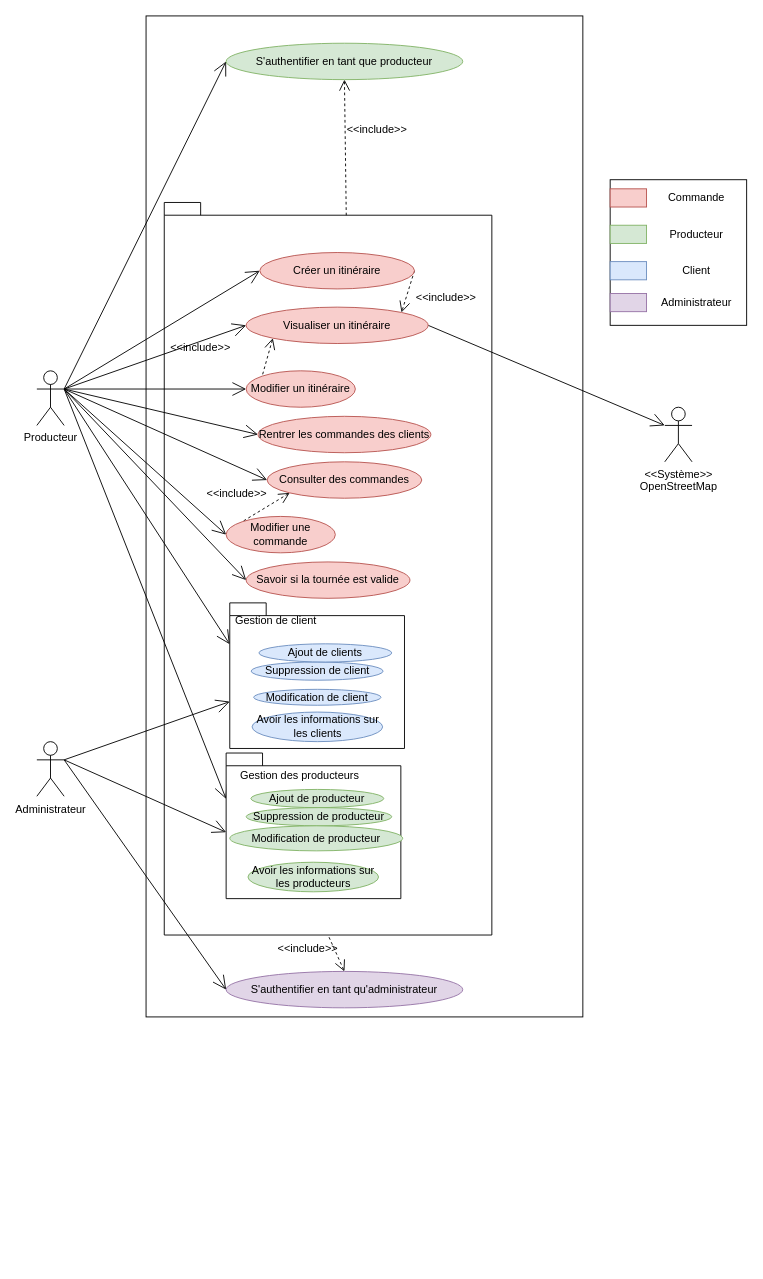
Before: GenieLogiciel/Diagrammes/CasUtilisation.drawio in aeiiver/the-farmer-project, a draw.io diagram. Source tidied: cells renumbered, new cells numbered last; positions are measured from the earlier drawing's top-left corner, leaving out a move shared by most shapes. Both pictures are drawn from the tidied source at 91%, with x=0, y=0 at pixel (36, 15).
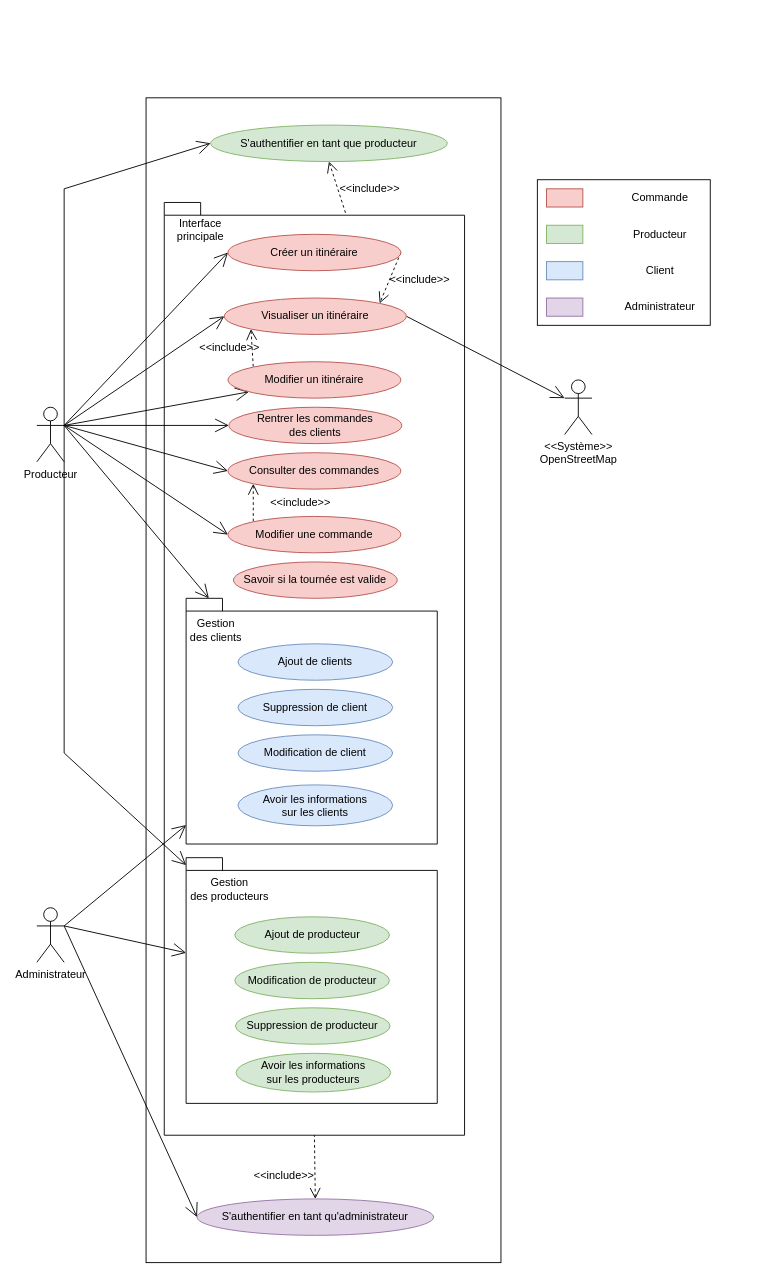
After the change.

Commit message (it also covers changes not shown here):
Lisibilité du cas d'utilisation

Diff of the diagram source:
```diff
@@
     <mxCell id="2" style="rounded=0;whiteSpace=wrap;html=1;" parent="1" vertex="1">
-      <mxGeometry x="120" width="480" height="1100" as="geometry" />
+      <mxGeometry x="120" y="90" width="390" height="1280" as="geometry" />
     </mxCell>
     <mxCell id="3" style="shape=folder;fontStyle=1;spacingTop=10;tabWidth=40;tabHeight=14;tabPosition=left;html=1;" parent="1" vertex="1">
-      <mxGeometry x="140" y="205" width="360" height="805" as="geometry" />
+      <mxGeometry x="140" y="205" width="330" height="1025" as="geometry" />
     </mxCell>
@@
-    <mxCell id="5" style="edgeStyle=none;rounded=0;jettySize=auto;html=1;exitX=1;exitY=0.3333333333333333;exitDx=0;exitDy=0;exitPerimeter=0;entryX=0;entryY=0;entryDx=0;entryDy=45.5;entryPerimeter=0;startArrow=none;startFill=0;endArrow=open;endFill=0;startSize=10;endSize=13;" parent="1" edge="1" source="7" target="43">
-      <mxGeometry relative="1" as="geometry" />
-    </mxCell>
-    <mxCell id="6" style="edgeStyle=none;rounded=0;jettySize=auto;html=1;exitX=1;exitY=0.3333333333333333;exitDx=0;exitDy=0;exitPerimeter=0;entryX=0;entryY=0;entryDx=0;entryDy=50.5;entryPerimeter=0;startArrow=none;startFill=0;endArrow=open;endFill=0;startSize=10;endSize=13;" parent="1" edge="1" source="7" target="49">
-      <mxGeometry relative="1" as="geometry" />
-    </mxCell>
+    <mxCell id="61" style="rounded=0;jettySize=auto;html=1;exitX=1;exitY=0.3333333333333333;exitDx=0;exitDy=0;exitPerimeter=0;endArrow=open;endFill=0;endSize=13;" parent="1" edge="1" source="7" target="66">
+      <mxGeometry relative="1" as="geometry" />
+    </mxCell>
+    <mxCell id="62" style="edgeStyle=none;rounded=0;jettySize=auto;html=1;exitX=1;exitY=0.3333333333333333;exitDx=0;exitDy=0;exitPerimeter=0;endArrow=open;endFill=0;endSize=13;" parent="1" edge="1" source="7" target="68">
+      <mxGeometry relative="1" as="geometry">
+        <Array as="points">
+          <mxPoint x="30" y="810" />
+        </Array>
+      </mxGeometry>
+    </mxCell>
+    <mxCell id="63" style="edgeStyle=none;rounded=0;jettySize=auto;html=1;exitX=1;exitY=0.3333333333333333;exitDx=0;exitDy=0;exitPerimeter=0;endArrow=open;endFill=0;endSize=13;" parent="1" edge="1" source="7" target="20">
+      <mxGeometry relative="1" as="geometry" />
+    </mxCell>
+    <mxCell id="64" style="edgeStyle=none;rounded=0;jettySize=auto;html=1;exitX=1;exitY=0.3333333333333333;exitDx=0;exitDy=0;exitPerimeter=0;entryX=0;entryY=0.5;entryDx=0;entryDy=0;endArrow=open;endFill=0;endSize=13;" parent="1" edge="1" source="7" target="30">
+      <mxGeometry relative="1" as="geometry" />
+    </mxCell>
     <mxCell id="7" value="Producteur" style="shape=umlActor;verticalLabelPosition=bottom;verticalAlign=top;html=1;" parent="1" vertex="1">
-      <mxGeometry y="390" width="30" height="60" as="geometry" />
+      <mxGeometry y="430" width="30" height="60" as="geometry" />
     </mxCell>
@@
-    <mxCell id="9" style="edgeStyle=none;rounded=0;jettySize=auto;html=1;exitX=1;exitY=0.3333333333333333;exitDx=0;exitDy=0;exitPerimeter=0;entryX=0;entryY=0;entryDx=0;entryDy=108.5;entryPerimeter=0;startArrow=none;startFill=0;endArrow=open;endFill=0;startSize=10;endSize=13;" parent="1" edge="1" source="11" target="43">
+    <mxCell id="9" style="edgeStyle=none;rounded=0;jettySize=auto;html=1;exitX=1;exitY=0.3333333333333333;exitDx=0;exitDy=0;exitPerimeter=0;startArrow=none;startFill=0;endArrow=open;endFill=0;startSize=10;endSize=13;" parent="1" edge="1" source="11" target="66">
       <mxGeometry relative="1" as="geometry" />
     </mxCell>
-    <mxCell id="10" style="edgeStyle=none;rounded=0;jettySize=auto;html=1;exitX=1;exitY=0.3333333333333333;exitDx=0;exitDy=0;exitPerimeter=0;entryX=0;entryY=0;entryDx=0;entryDy=87;entryPerimeter=0;startArrow=none;startFill=0;endArrow=open;endFill=0;startSize=10;endSize=13;" parent="1" edge="1" source="11" target="49">
-      <mxGeometry relative="1" as="geometry" />
-    </mxCell>
+    <mxCell id="65" style="edgeStyle=none;rounded=0;jettySize=auto;html=1;exitX=1;exitY=0.3333333333333333;exitDx=0;exitDy=0;exitPerimeter=0;endArrow=open;endFill=0;endSize=13;" parent="1" edge="1" source="11" target="68">
+      <mxGeometry relative="1" as="geometry" />
+    </mxCell>
     <mxCell id="11" value="Administrateur" style="shape=umlActor;verticalLabelPosition=bottom;verticalAlign=top;html=1;" parent="1" vertex="1">
-      <mxGeometry y="797.5" width="30" height="60" as="geometry" />
+      <mxGeometry y="980" width="30" height="60" as="geometry" />
     </mxCell>
     <mxCell id="12" value="&lt;div&gt;&amp;lt;&amp;lt;Système&amp;gt;&amp;gt;&lt;/div&gt;&lt;div&gt;OpenStreetMap&lt;br&gt;&lt;/div&gt;" style="shape=umlActor;verticalLabelPosition=bottom;verticalAlign=top;html=1;outlineConnect=0;" parent="1" vertex="1">
-      <mxGeometry x="690" y="430" width="30" height="60" as="geometry" />
+      <mxGeometry x="580" y="400" width="30" height="60" as="geometry" />
     </mxCell>
@@
     <mxCell id="16" value="Visualiser un itinéraire" style="ellipse;whiteSpace=wrap;html=1;fillColor=#f8cecc;strokeColor=#b85450;" parent="1" vertex="1">
-      <mxGeometry x="230" y="320" width="200" height="40" as="geometry" />
+      <mxGeometry x="206" y="310" width="200" height="40" as="geometry" />
     </mxCell>
@@
     <mxCell id="18" value="Créer un itinéraire" style="ellipse;whiteSpace=wrap;html=1;fillColor=#f8cecc;strokeColor=#b85450;" parent="1" vertex="1">
-      <mxGeometry x="245" y="260" width="170" height="40" as="geometry" />
+      <mxGeometry x="210" y="240" width="190" height="40" as="geometry" />
     </mxCell>
-    <mxCell id="19" style="edgeStyle=none;rounded=0;jettySize=auto;html=1;exitX=0;exitY=0.5;exitDx=0;exitDy=0;endArrow=none;endFill=0;startArrow=open;startFill=0;endSize=13;startSize=13;" parent="1" edge="1" source="20">
-      <mxGeometry relative="1" as="geometry">
-        <mxPoint x="30" y="410" as="targetPoint" />
-      </mxGeometry>
-    </mxCell>
     <mxCell id="20" value="Modifier un itinéraire" style="ellipse;whiteSpace=wrap;html=1;fillColor=#f8cecc;strokeColor=#b85450;" parent="1" vertex="1">
-      <mxGeometry x="230" y="390" width="120" height="40" as="geometry" />
+      <mxGeometry x="210" y="380" width="190" height="40" as="geometry" />
     </mxCell>
@@
-    <mxCell id="22" value="Rentrer les commandes des clients" style="ellipse;whiteSpace=wrap;html=1;fillColor=#f8cecc;strokeColor=#b85450;" parent="1" vertex="1">
-      <mxGeometry x="243" y="440" width="190" height="40" as="geometry" />
+    <mxCell id="22" value="Rentrer les commandes&lt;br&gt;des clients" style="ellipse;whiteSpace=wrap;html=1;fillColor=#f8cecc;strokeColor=#b85450;" parent="1" vertex="1">
+      <mxGeometry x="211" y="430" width="190" height="40" as="geometry" />
     </mxCell>
@@
     <mxCell id="25" value="Consulter des commandes" style="ellipse;whiteSpace=wrap;html=1;fillColor=#f8cecc;strokeColor=#b85450;" parent="1" vertex="1">
-      <mxGeometry x="253" y="490" width="170" height="40" as="geometry" />
+      <mxGeometry x="210" y="480" width="190" height="40" as="geometry" />
     </mxCell>
     <mxCell id="26" style="edgeStyle=none;rounded=0;jettySize=auto;html=1;exitX=0;exitY=0.5;exitDx=0;exitDy=0;entryX=1;entryY=0.3333333333333333;entryDx=0;entryDy=0;entryPerimeter=0;endArrow=none;endFill=0;startArrow=open;startFill=0;endSize=13;startSize=13;" parent="1" edge="1" source="28" target="7">
-      <mxGeometry relative="1" as="geometry" />
+      <mxGeometry relative="1" as="geometry">
+        <Array as="points">
+          <mxPoint x="30" y="190" />
+        </Array>
+      </mxGeometry>
     </mxCell>
@@
     <mxCell id="28" value="S'authentifier en tant que producteur" style="ellipse;whiteSpace=wrap;html=1;fillColor=#d5e8d4;strokeColor=#82b366;" parent="1" vertex="1">
-      <mxGeometry x="208" y="30" width="260" height="40" as="geometry" />
+      <mxGeometry x="191" y="120" width="260" height="40" as="geometry" />
     </mxCell>
-    <mxCell id="29" style="edgeStyle=none;rounded=0;jettySize=auto;html=1;exitX=0;exitY=0.5;exitDx=0;exitDy=0;endArrow=none;endFill=0;startArrow=open;startFill=0;endSize=13;startSize=13;" parent="1" edge="1" source="30">
-      <mxGeometry relative="1" as="geometry">
-        <mxPoint x="30" y="410" as="targetPoint" />
-      </mxGeometry>
-    </mxCell>
     <mxCell id="30" value="Modifier une commande" style="ellipse;whiteSpace=wrap;html=1;fillColor=#f8cecc;strokeColor=#b85450;" parent="1" vertex="1">
-      <mxGeometry x="208" y="550" width="120" height="40" as="geometry" />
+      <mxGeometry x="210" y="550" width="190" height="40" as="geometry" />
     </mxCell>
     <mxCell id="31" value="&amp;lt;&amp;lt;include&amp;gt;&amp;gt;" style="text;html=1;strokeColor=none;fillColor=none;align=center;verticalAlign=middle;whiteSpace=wrap;rounded=0;" parent="1" vertex="1">
-      <mxGeometry x="190" y="510" width="60" height="30" as="geometry" />
+      <mxGeometry x="260" y="520" width="60" height="30" as="geometry" />
     </mxCell>
     <mxCell id="32" value="&amp;lt;&amp;lt;include&amp;gt;&amp;gt;" style="text;html=1;strokeColor=none;fillColor=none;align=center;verticalAlign=middle;whiteSpace=wrap;rounded=0;" parent="1" vertex="1">
-      <mxGeometry x="150" y="350" width="60" height="30" as="geometry" />
+      <mxGeometry x="182" y="350" width="60" height="30" as="geometry" />
     </mxCell>
-    <mxCell id="33" style="edgeStyle=none;rounded=0;jettySize=auto;html=1;exitX=0;exitY=0.5;exitDx=0;exitDy=0;endArrow=none;endFill=0;startArrow=open;startFill=0;endSize=13;startSize=13;" parent="1" edge="1" source="34">
-      <mxGeometry relative="1" as="geometry">
-        <mxPoint x="30" y="410" as="targetPoint" />
-      </mxGeometry>
-    </mxCell>
     <mxCell id="34" value="Savoir si la tournée est valide" style="ellipse;whiteSpace=wrap;html=1;fillColor=#f8cecc;strokeColor=#b85450;" parent="1" vertex="1">
-      <mxGeometry x="230" y="600" width="180" height="40" as="geometry" />
+      <mxGeometry x="216" y="600" width="180" height="40" as="geometry" />
     </mxCell>
     <mxCell id="35" style="rounded=0;whiteSpace=wrap;html=1;" parent="1" vertex="1">
-      <mxGeometry x="630" y="180" width="150" height="160" as="geometry" />
+      <mxGeometry x="550" y="180" width="190" height="160" as="geometry" />
     </mxCell>
     <mxCell id="36" style="rounded=0;whiteSpace=wrap;html=1;fillColor=#f8cecc;strokeColor=#b85450;" parent="1" vertex="1">
-      <mxGeometry x="630" y="190" width="40" height="20" as="geometry" />
+      <mxGeometry x="560" y="190" width="40" height="20" as="geometry" />
     </mxCell>
     <mxCell id="37" style="rounded=0;whiteSpace=wrap;html=1;fillColor=#d5e8d4;strokeColor=#82b366;" parent="1" vertex="1">
-      <mxGeometry x="630" y="230" width="40" height="20" as="geometry" />
+      <mxGeometry x="560" y="230" width="40" height="20" as="geometry" />
     </mxCell>
     <mxCell id="38" style="rounded=0;whiteSpace=wrap;html=1;fillColor=#dae8fc;strokeColor=#6c8ebf;" parent="1" vertex="1">
-      <mxGeometry x="630" y="270" width="40" height="20" as="geometry" />
+      <mxGeometry x="560" y="270" width="40" height="20" as="geometry" />
     </mxCell>
     <mxCell id="39" value="Commande" style="text;html=1;strokeColor=none;fillColor=none;align=center;verticalAlign=middle;whiteSpace=wrap;rounded=0;" parent="1" vertex="1">
-      <mxGeometry x="670" y="185" width="110" height="30" as="geometry" />
+      <mxGeometry x="630" y="185" width="110" height="30" as="geometry" />
     </mxCell>
     <mxCell id="40" value="Producteur" style="text;html=1;strokeColor=none;fillColor=none;align=center;verticalAlign=middle;whiteSpace=wrap;rounded=0;" parent="1" vertex="1">
-      <mxGeometry x="670" y="225" width="110" height="30" as="geometry" />
+      <mxGeometry x="630" y="225" width="110" height="30" as="geometry" />
     </mxCell>
     <mxCell id="41" value="Client" style="text;html=1;strokeColor=none;fillColor=none;align=center;verticalAlign=middle;whiteSpace=wrap;rounded=0;" parent="1" vertex="1">
-      <mxGeometry x="670" y="265" width="110" height="30" as="geometry" />
+      <mxGeometry x="630" y="265" width="110" height="30" as="geometry" />
     </mxCell>
     <mxCell id="42" value="&amp;lt;&amp;lt;include&amp;gt;&amp;gt;" style="text;html=1;strokeColor=none;fillColor=none;align=center;verticalAlign=middle;whiteSpace=wrap;rounded=0;" parent="1" vertex="1">
-      <mxGeometry x="420" y="295" width="60" height="30" as="geometry" />
+      <mxGeometry x="391" y="275" width="60" height="30" as="geometry" />
     </mxCell>
-    <mxCell id="43" style="shape=folder;fontStyle=1;spacingTop=10;tabWidth=40;tabHeight=14;tabPosition=left;html=1;" parent="1" vertex="1">
-      <mxGeometry x="212" y="645" width="192" height="160" as="geometry" />
-    </mxCell>
     <mxCell id="44" value="&amp;lt;&amp;lt;include&amp;gt;&amp;gt;" style="text;html=1;strokeColor=none;fillColor=none;align=center;verticalAlign=middle;whiteSpace=wrap;rounded=0;" parent="1" vertex="1">
-      <mxGeometry x="344" y="110" width="60" height="30" as="geometry" />
+      <mxGeometry x="336" y="175" width="60" height="30" as="geometry" />
     </mxCell>
@@
     <mxCell id="46" value="S'authentifier en tant qu'administrateur" style="ellipse;whiteSpace=wrap;html=1;fillColor=#e1d5e7;strokeColor=#9673a6;" parent="1" vertex="1">
-      <mxGeometry x="208" y="1050" width="260" height="40" as="geometry" />
+      <mxGeometry x="176" y="1300" width="260" height="40" as="geometry" />
     </mxCell>
     <mxCell id="47" value="&amp;lt;&amp;lt;include&amp;gt;&amp;gt;" style="text;html=1;strokeColor=none;fillColor=none;align=center;verticalAlign=middle;whiteSpace=wrap;rounded=0;" parent="1" vertex="1">
-      <mxGeometry x="268" y="1010" width="60" height="30" as="geometry" />
+      <mxGeometry x="242" y="1260" width="60" height="30" as="geometry" />
     </mxCell>
+    <mxCell id="59" style="rounded=0;whiteSpace=wrap;html=1;fillColor=#e1d5e7;strokeColor=#9673a6;" parent="1" vertex="1">
+      <mxGeometry x="560" y="310" width="40" height="20" as="geometry" />
+    </mxCell>
+    <mxCell id="60" value="Administrateur" style="text;html=1;strokeColor=none;fillColor=none;align=center;verticalAlign=middle;whiteSpace=wrap;rounded=0;" parent="1" vertex="1">
+      <mxGeometry x="630" y="305" width="110" height="30" as="geometry" />
+    </mxCell>
+    <mxCell id="66" style="shape=folder;fontStyle=1;spacingTop=10;tabWidth=40;tabHeight=14;tabPosition=left;html=1;" parent="1" vertex="1">
+      <mxGeometry x="164" y="640" width="276" height="270" as="geometry" />
+    </mxCell>
+    <mxCell id="53" value="Ajout de clients" style="ellipse;whiteSpace=wrap;html=1;fillColor=#dae8fc;strokeColor=#6c8ebf;" parent="1" vertex="1">
+      <mxGeometry x="221" y="690" width="170" height="40" as="geometry" />
+    </mxCell>
     <mxCell id="48" value="Suppression de client" style="ellipse;whiteSpace=wrap;html=1;fillColor=#dae8fc;strokeColor=#6c8ebf;" parent="1" vertex="1">
-      <mxGeometry x="235.5" y="710" width="145" height="20" as="geometry" />
+      <mxGeometry x="221" y="740" width="170" height="40" as="geometry" />
     </mxCell>
-    <mxCell id="49" style="shape=folder;fontStyle=1;spacingTop=10;tabWidth=40;tabHeight=14;tabPosition=left;html=1;" parent="1" vertex="1">
-      <mxGeometry x="208" y="810" width="192" height="160" as="geometry" />
-    </mxCell>
+    <mxCell id="56" value="Modification de client" style="ellipse;whiteSpace=wrap;html=1;fillColor=#dae8fc;strokeColor=#6c8ebf;" parent="1" vertex="1">
+      <mxGeometry x="221" y="790" width="170" height="40" as="geometry" />
+    </mxCell>
+    <mxCell id="52" value="Avoir les informations&lt;br&gt;sur les clients" style="ellipse;whiteSpace=wrap;html=1;fillColor=#dae8fc;strokeColor=#6c8ebf;" parent="1" vertex="1">
+      <mxGeometry x="221" y="845" width="170" height="45" as="geometry" />
+    </mxCell>
+    <mxCell id="67" value="Gestion&lt;br&gt;des clients" style="text;html=1;strokeColor=none;fillColor=none;align=center;verticalAlign=middle;whiteSpace=wrap;rounded=0;" parent="1" vertex="1">
+      <mxGeometry x="164" y="655" width="66" height="40" as="geometry" />
+    </mxCell>
+    <mxCell id="68" style="shape=folder;fontStyle=1;spacingTop=10;tabWidth=40;tabHeight=14;tabPosition=left;html=1;" parent="1" vertex="1">
+      <mxGeometry x="164" y="925" width="276" height="270" as="geometry" />
+    </mxCell>
+    <mxCell id="58" value="Gestion&lt;br&gt;des producteurs" style="text;html=1;strokeColor=none;fillColor=none;align=center;verticalAlign=middle;whiteSpace=wrap;rounded=0;" parent="1" vertex="1">
+      <mxGeometry x="164" y="940" width="96" height="40" as="geometry" />
+    </mxCell>
     <mxCell id="50" value="Ajout de producteur" style="ellipse;whiteSpace=wrap;html=1;fillColor=#d5e8d4;strokeColor=#82b366;" parent="1" vertex="1">
-      <mxGeometry x="235.2" y="850" width="146" height="20" as="geometry" />
+      <mxGeometry x="217.5" y="990" width="170" height="40" as="geometry" />
     </mxCell>
-    <mxCell id="51" value="Gestion de client" style="text;html=1;strokeColor=none;fillColor=none;align=center;verticalAlign=middle;whiteSpace=wrap;rounded=0;" parent="1" vertex="1">
-      <mxGeometry x="198" y="650" width="130" height="30" as="geometry" />
-    </mxCell>
-    <mxCell id="52" value="Avoir les informations sur les clients" style="ellipse;whiteSpace=wrap;html=1;fillColor=#dae8fc;strokeColor=#6c8ebf;" parent="1" vertex="1">
-      <mxGeometry x="236.5" y="765" width="143.5" height="32.5" as="geometry" />
-    </mxCell>
-    <mxCell id="53" value="Ajout de clients" style="ellipse;whiteSpace=wrap;html=1;fillColor=#dae8fc;strokeColor=#6c8ebf;" parent="1" vertex="1">
-      <mxGeometry x="244" y="690" width="146" height="20" as="geometry" />
-    </mxCell>
     <mxCell id="54" value="Suppression de producteur" style="ellipse;whiteSpace=wrap;html=1;fillColor=#d5e8d4;strokeColor=#82b366;" parent="1" vertex="1">
-      <mxGeometry x="230" y="870" width="160" height="20" as="geometry" />
+      <mxGeometry x="218.2" y="1090" width="170" height="40" as="geometry" />
     </mxCell>
     <mxCell id="55" value="Modification de producteur" style="ellipse;whiteSpace=wrap;html=1;fillColor=#d5e8d4;strokeColor=#82b366;" parent="1" vertex="1">
-      <mxGeometry x="212" y="890" width="190" height="27.5" as="geometry" />
+      <mxGeometry x="217.5" y="1040" width="170" height="40" as="geometry" />
     </mxCell>
-    <mxCell id="56" value="Modification de client" style="ellipse;whiteSpace=wrap;html=1;fillColor=#dae8fc;strokeColor=#6c8ebf;" parent="1" vertex="1">
-      <mxGeometry x="238.2" y="740" width="140" height="17.5" as="geometry" />
-    </mxCell>
-    <mxCell id="57" value="Avoir les informations sur les producteurs" style="ellipse;whiteSpace=wrap;html=1;fillColor=#d5e8d4;strokeColor=#82b366;" parent="1" vertex="1">
-      <mxGeometry x="232" y="930" width="143.5" height="32.5" as="geometry" />
+    <mxCell id="57" value="Avoir les informations&lt;br&gt;sur les producteurs" style="ellipse;whiteSpace=wrap;html=1;fillColor=#d5e8d4;strokeColor=#82b366;" parent="1" vertex="1">
+      <mxGeometry x="218.8" y="1140" width="170" height="42.5" as="geometry" />
     </mxCell>
-    <mxCell id="58" value="Gestion des producteurs" style="text;html=1;strokeColor=none;fillColor=none;align=center;verticalAlign=middle;whiteSpace=wrap;rounded=0;" parent="1" vertex="1">
-      <mxGeometry x="208" y="820" width="162" height="30" as="geometry" />
-    </mxCell>
-    <mxCell id="59" style="rounded=0;whiteSpace=wrap;html=1;fillColor=#e1d5e7;strokeColor=#9673a6;" parent="1" vertex="1">
-      <mxGeometry x="630" y="305" width="40" height="20" as="geometry" />
-    </mxCell>
-    <mxCell id="60" value="Administrateur" style="text;html=1;strokeColor=none;fillColor=none;align=center;verticalAlign=middle;whiteSpace=wrap;rounded=0;" parent="1" vertex="1">
-      <mxGeometry x="670" y="300" width="110" height="30" as="geometry" />
-    </mxCell>
+    <mxCell id="69" value="Interface&lt;br&gt;principale" style="text;html=1;strokeColor=none;fillColor=none;align=center;verticalAlign=middle;whiteSpace=wrap;rounded=0;" parent="1" vertex="1">
+      <mxGeometry x="140" y="220" width="80" height="30" as="geometry" />
+    </mxCell>
```
